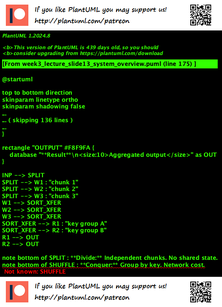
This is diagrams/week03/week3_lecture_slide13_system_overview.png from OrPerets/data-engineering-course, a PlantUML export, as it was before one commit.
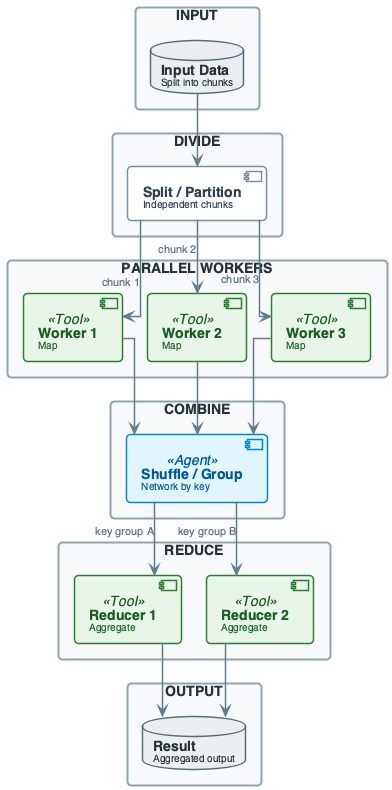
Later version of the same file.

Diff of the diagram source:
```diff
@@ -123,7 +123,7 @@
 }
 
 rectangle "DIVIDE" #F8F9FA {
-    component "**Split / Partition**\n<size:10>By key or range</size>" as SPLIT
+    component "**Split / Partition**\n<size:10>Independent chunks</size>" as SPLIT
 }
 
 rectangle "PARALLEL WORKERS" #F8F9FA {
@@ -133,7 +133,7 @@
 }
 
 rectangle "COMBINE" #F8F9FA {
-    component "**Shuffle / Group**\n<size:10>Same key -> same reducer</size>" as SORT_XFER <<Agent>>
+    component "**Shuffle / Group**\n<size:10>Network by key</size>" as SORT_XFER <<Agent>>
 }
 
 rectangle "REDUCE" #F8F9FA {
@@ -157,7 +157,4 @@
 R1 --> OUT
 R2 --> OUT
 
-note bottom of SPLIT : **Divide:** Independent chunks. No shared state.
-note bottom of SHUFFLE : **Conquer:** Group by key. Network cost.
-
 @enduml
```
